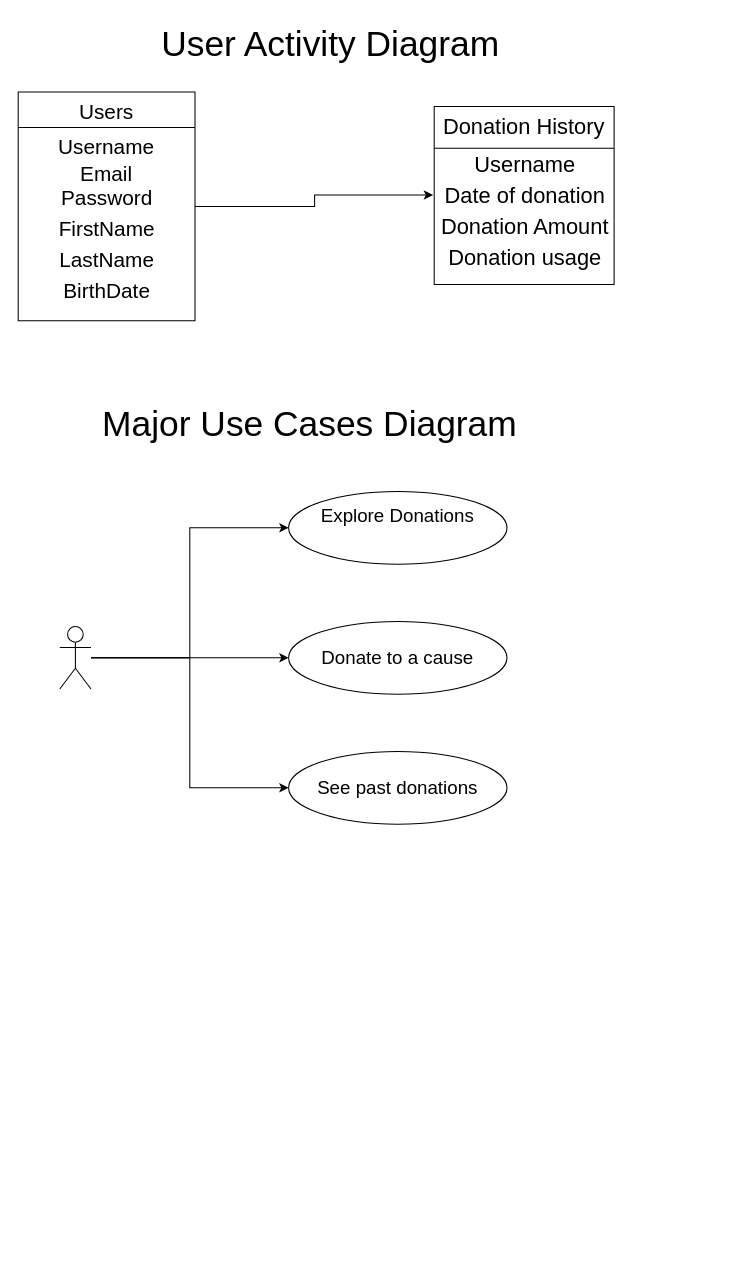
Earlier version of the draw.io diagram Class diagram.drawio (crony10/Birthday_donation). Source tidied: cells renumbered, new cells numbered last; positions are measured from the earlier drawing's top-left corner, leaving out a move shared by most shapes. Both pictures are drawn from the tidied source at 104%, with x=0, y=0 at pixel (18, 18).
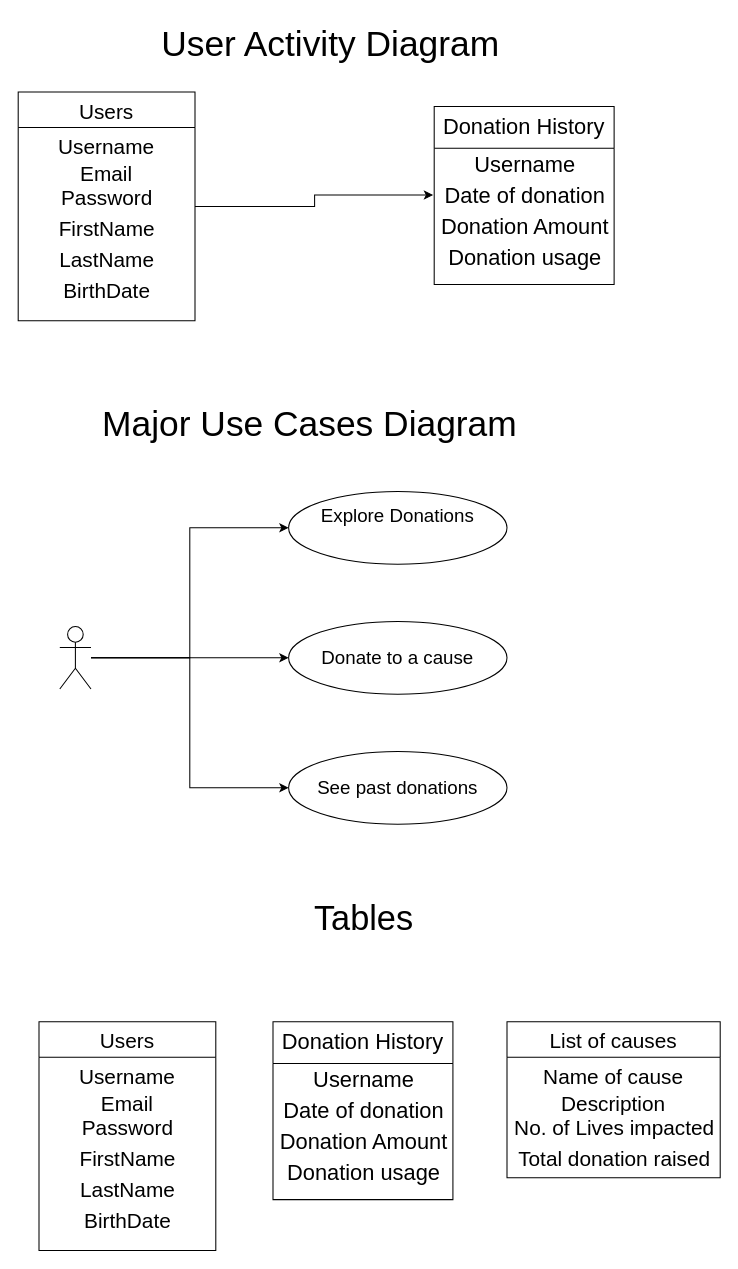
The same diagram, later.

Commit message:
Completed All diagrams.drawio

What changed in the source:
```diff
@@
+    <mxCell id="25" value="Users" style="swimlane;fontStyle=0;align=center;verticalAlign=top;horizontal=1;startSize=34;rounded=0;shadow=0;strokeWidth=1;fontSize=20;" parent="1" vertex="1">
+      <mxGeometry x="20" y="965" width="170" height="220" as="geometry" />
+    </mxCell>
+    <mxCell id="26" value="Username&#10;" style="text;align=center;verticalAlign=top;spacingLeft=4;spacingRight=4;overflow=hidden;fontSize=20;" parent="25" vertex="1">
+      <mxGeometry y="34" width="170" height="26" as="geometry" />
+    </mxCell>
+    <mxCell id="27" value="Email" style="text;align=center;verticalAlign=top;spacingLeft=4;spacingRight=4;overflow=hidden;rounded=0;shadow=0;html=0;fontSize=20;" parent="25" vertex="1">
+      <mxGeometry y="60" width="170" height="26" as="geometry" />
+    </mxCell>
+    <mxCell id="28" value="Password" style="text;html=1;align=center;verticalAlign=middle;fillColor=none;strokeColor=none;rounded=0;fontSize=20;" parent="25" vertex="1">
+      <mxGeometry y="86" width="170" height="30" as="geometry" />
+    </mxCell>
+    <mxCell id="29" value="FirstName" style="text;html=1;align=center;verticalAlign=middle;fillColor=none;strokeColor=none;rounded=0;fontSize=20;" parent="25" vertex="1">
+      <mxGeometry y="116" width="170" height="30" as="geometry" />
+    </mxCell>
+    <mxCell id="30" value="LastName" style="text;html=1;align=center;verticalAlign=middle;fillColor=none;strokeColor=none;rounded=0;fontSize=20;" parent="25" vertex="1">
+      <mxGeometry y="146" width="170" height="30" as="geometry" />
+    </mxCell>
+    <mxCell id="31" value="BirthDate" style="text;html=1;align=center;verticalAlign=middle;fillColor=none;strokeColor=none;rounded=0;fontSize=20;" parent="25" vertex="1">
+      <mxGeometry y="176" width="170" height="30" as="geometry" />
+    </mxCell>
+    <mxCell id="32" value="&lt;font style=&quot;font-size: 33px&quot;&gt;Tables&lt;/font&gt;" style="text;html=1;align=center;verticalAlign=middle;fillColor=none;strokeColor=none;rounded=0;fontSize=18;" parent="1" vertex="1">
+      <mxGeometry x="276.5" y="850" width="110" height="30" as="geometry" />
+    </mxCell>
+    <mxCell id="33" value="Donation History" style="swimlane;fontStyle=0;align=center;verticalAlign=top;horizontal=1;startSize=40;rounded=0;shadow=0;strokeWidth=1;fontSize=21;" parent="1" vertex="1">
+      <mxGeometry x="245" y="965" width="173" height="171" as="geometry" />
+    </mxCell>
+    <mxCell id="34" value="Username" style="text;html=1;align=center;verticalAlign=middle;fillColor=none;strokeColor=none;rounded=0;fontSize=21;" parent="33" vertex="1">
+      <mxGeometry y="40" width="173" height="30" as="geometry" />
+    </mxCell>
+    <mxCell id="35" value="Date of donation" style="text;html=1;align=center;verticalAlign=middle;fillColor=none;strokeColor=none;rounded=0;fontSize=21;" parent="33" vertex="1">
+      <mxGeometry y="70" width="173" height="30" as="geometry" />
+    </mxCell>
+    <mxCell id="36" value="Donation Amount" style="text;html=1;align=center;verticalAlign=middle;fillColor=none;strokeColor=none;rounded=0;fontSize=21;" parent="33" vertex="1">
+      <mxGeometry y="100" width="173" height="30" as="geometry" />
+    </mxCell>
+    <mxCell id="37" value="Donation usage" style="text;html=1;align=center;verticalAlign=middle;fillColor=none;strokeColor=none;rounded=0;fontSize=21;" parent="33" vertex="1">
+      <mxGeometry y="130" width="173" height="30" as="geometry" />
+    </mxCell>
+    <mxCell id="38" value="List of causes" style="swimlane;fontStyle=0;align=center;verticalAlign=top;horizontal=1;startSize=34;rounded=0;shadow=0;strokeWidth=1;fontSize=20;" parent="1" vertex="1">
+      <mxGeometry x="470" y="965" width="205" height="150" as="geometry" />
+    </mxCell>
+    <mxCell id="39" value="Name of cause" style="text;align=center;verticalAlign=top;spacingLeft=4;spacingRight=4;overflow=hidden;fontSize=20;" parent="38" vertex="1">
+      <mxGeometry y="34" width="205" height="26" as="geometry" />
+    </mxCell>
+    <mxCell id="40" value="Description" style="text;align=center;verticalAlign=top;spacingLeft=4;spacingRight=4;overflow=hidden;rounded=0;shadow=0;html=0;fontSize=20;" parent="38" vertex="1">
+      <mxGeometry y="60" width="205" height="26" as="geometry" />
+    </mxCell>
+    <mxCell id="41" value="No. of Lives impacted" style="text;html=1;align=center;verticalAlign=middle;fillColor=none;strokeColor=none;rounded=0;fontSize=20;" parent="38" vertex="1">
+      <mxGeometry y="86" width="205" height="30" as="geometry" />
+    </mxCell>
+    <mxCell id="42" value="Total donation raised" style="text;html=1;align=center;verticalAlign=middle;fillColor=none;strokeColor=none;rounded=0;fontSize=20;" parent="38" vertex="1">
+      <mxGeometry y="116" width="205" height="30" as="geometry" />
+    </mxCell>
```
